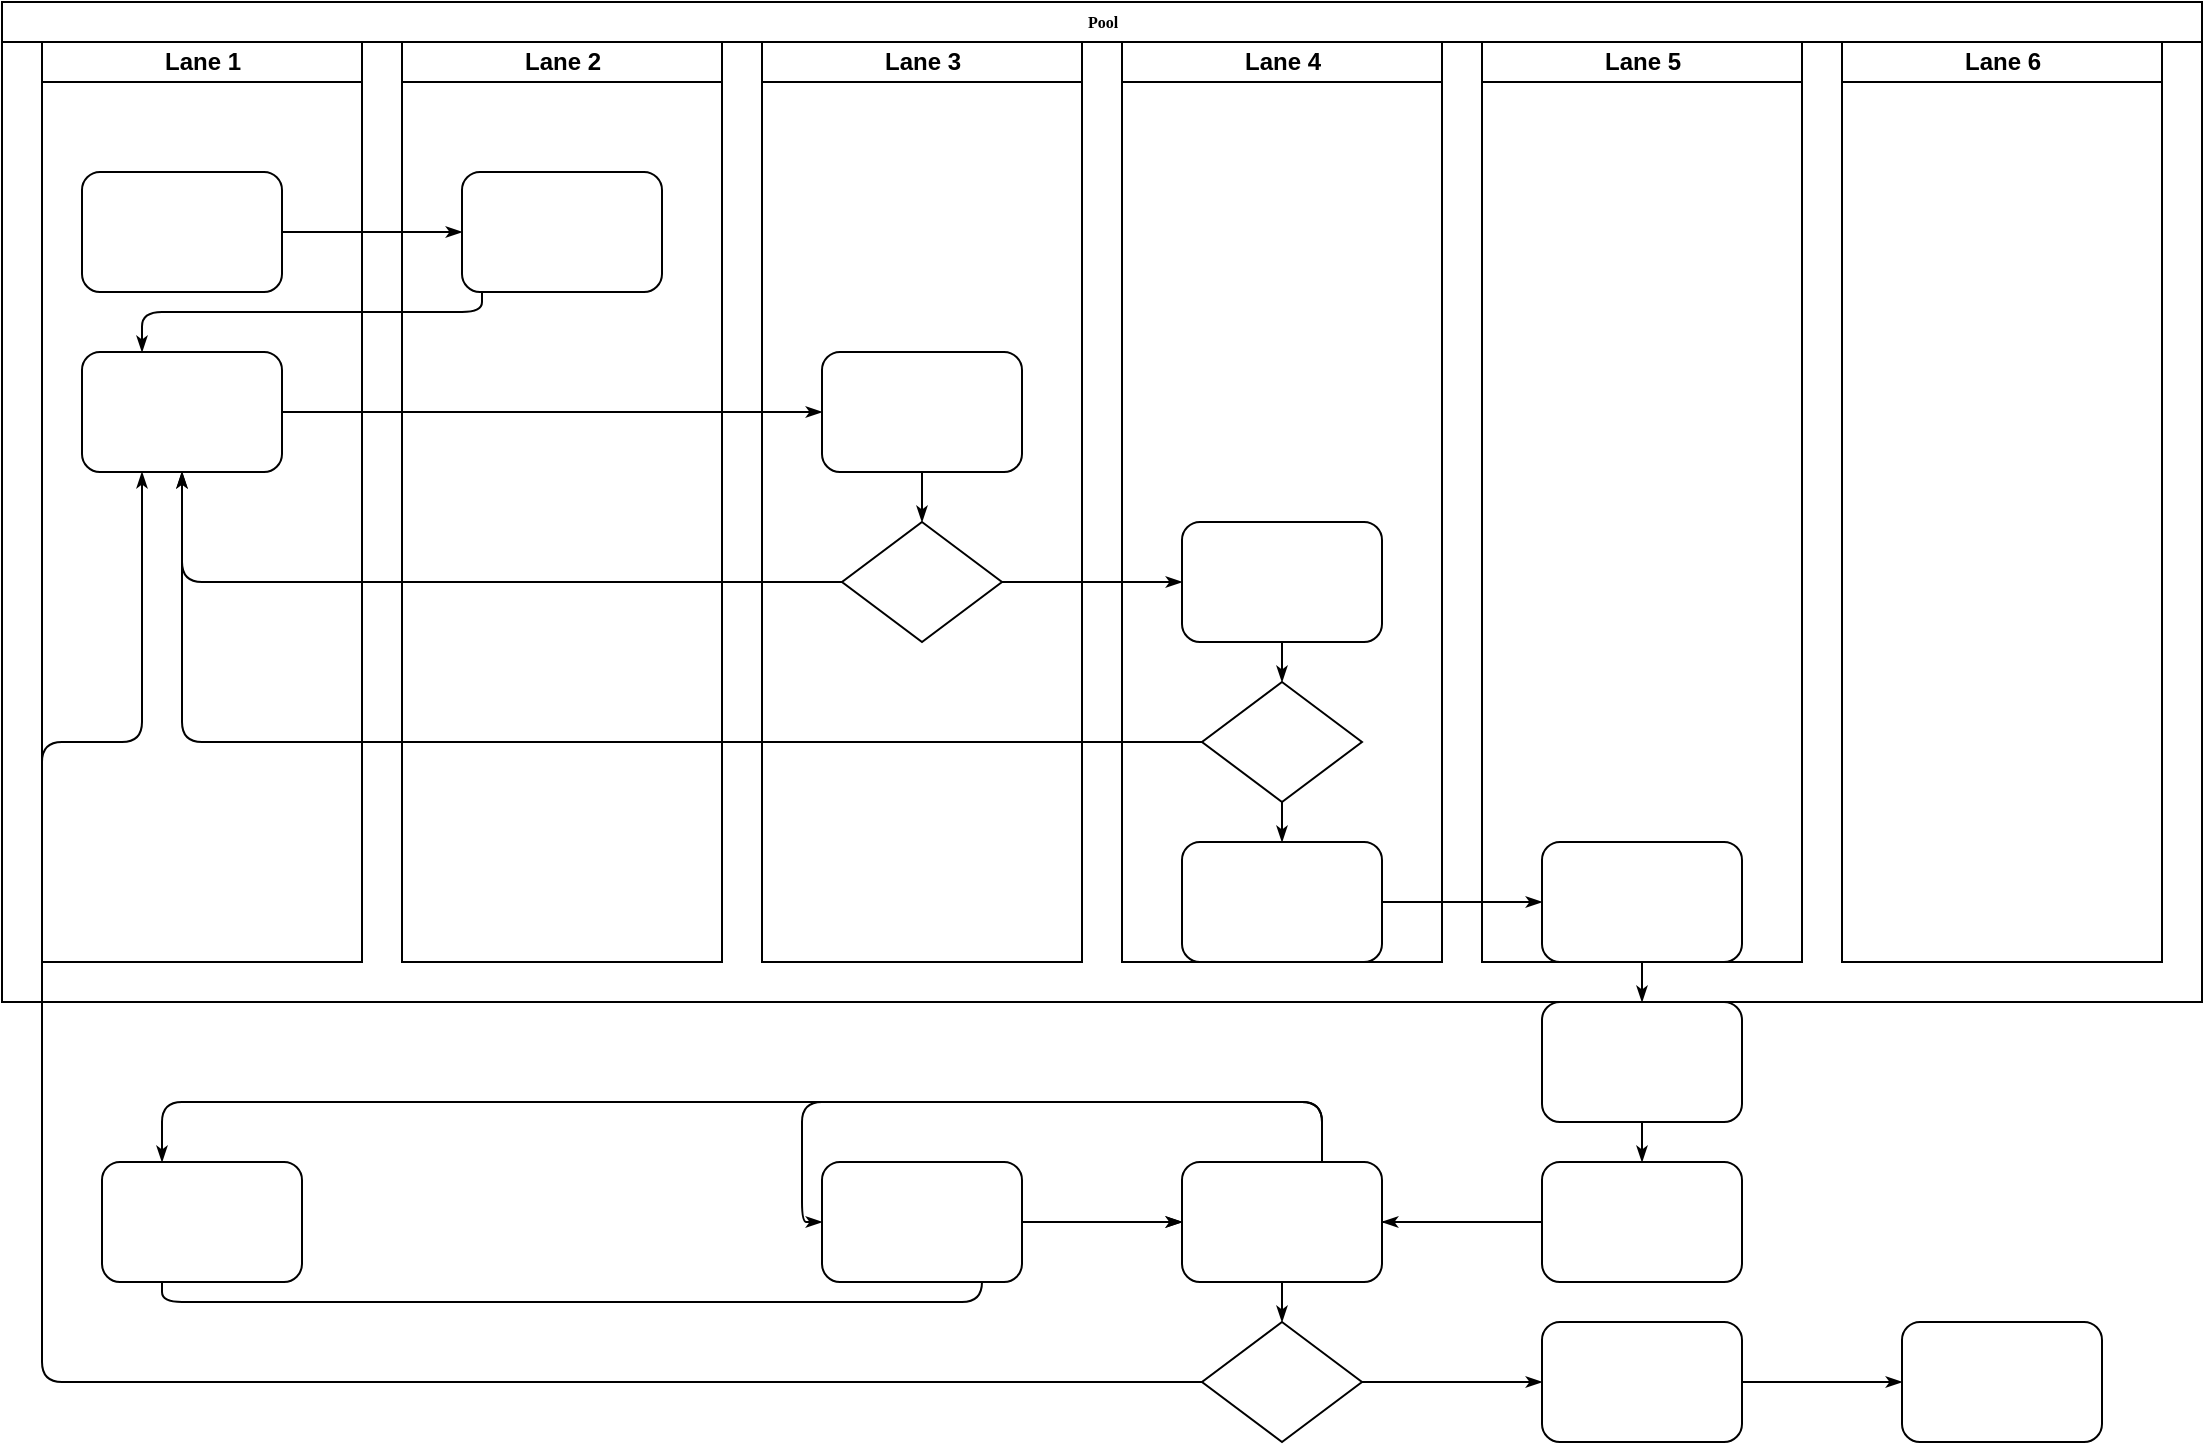
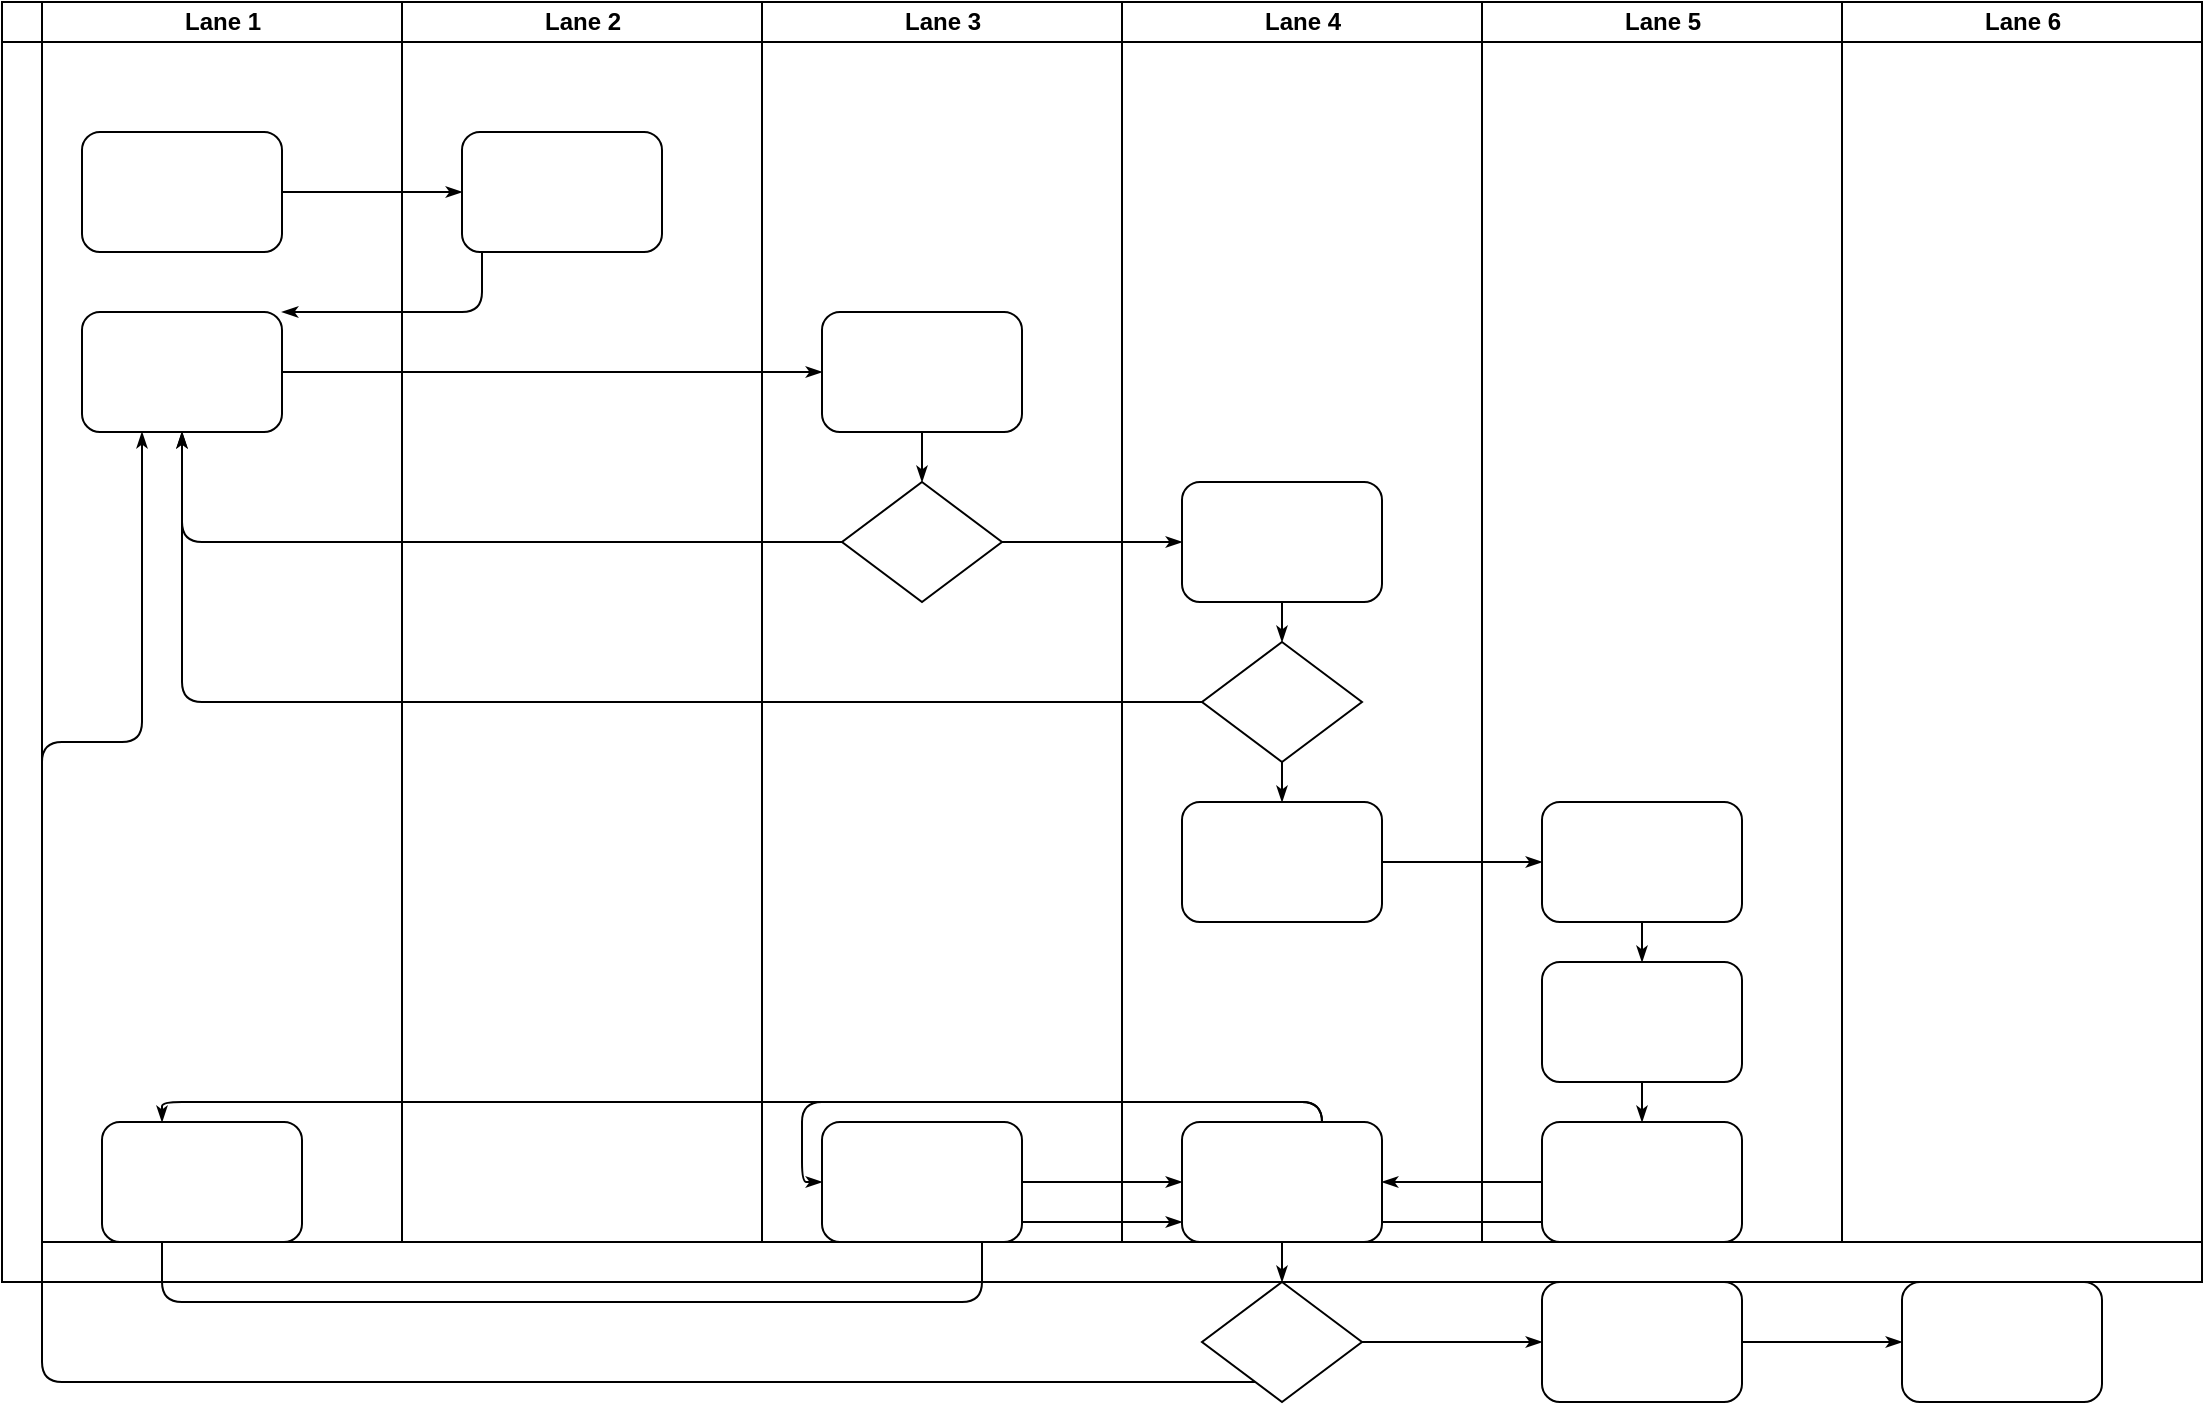
<mxfile host="localhost" modified="2021-05-13T06:26:17.307Z" agent="5.0 (Windows NT 10.0; Win64; x64) AppleWebKit/537.36 (KHTML, like Gecko) Chrome/90.0.4430.212 Safari/537.36" etag="BCXAXoKLO9oIDc7atNh_" version="@DRAWIO-VERSION@" type="device">
  <diagram name="Page-1" id="74e2e168-ea6b-b213-b513-2b3c1d86103e">
    <mxGraphModel dx="1408" dy="748" grid="1" gridSize="10" guides="1" tooltips="1" connect="1" arrows="1" fold="1" page="1" pageScale="1" pageWidth="1100" pageHeight="850" background="none" math="0" shadow="0">
      <root>
        <mxCell id="0" />
        <mxCell id="1" parent="0" />
        <mxCell id="77e6c97f196da883-1" value="Pool" style="swimlane;html=1;childLayout=stackLayout;horizontal=1;startSize=20;horizontalStack=1;rounded=0;shadow=0;labelBackgroundColor=none;strokeWidth=1;fontFamily=Verdana;fontSize=8;align=center;" parent="1" vertex="1">
-           <mxGeometry x="40" y="40" width="1100" height="500" as="geometry" />
+           <mxGeometry x="40" y="40" width="1100" height="640" as="geometry" />
        </mxCell>
        <mxCell id="77e6c97f196da883-2" value="Lane 1" style="swimlane;html=1;startSize=20;horizontal=1;" parent="77e6c97f196da883-1" vertex="1">
-           <mxGeometry x="20" y="20" width="160" height="460" as="geometry" />
+           <mxGeometry x="20" y="0" width="180" height="620" as="geometry" />
        </mxCell>
        <mxCell id="77e6c97f196da883-8" value="" style="rounded=1;whiteSpace=wrap;html=1;shadow=0;labelBackgroundColor=none;strokeWidth=1;fontFamily=Verdana;fontSize=8;align=center;" parent="77e6c97f196da883-2" vertex="1">
          <mxGeometry x="20" y="65" width="100" height="60" as="geometry" />
        </mxCell>
        <mxCell id="77e6c97f196da883-9" value="" style="rounded=1;whiteSpace=wrap;html=1;shadow=0;labelBackgroundColor=none;strokeWidth=1;fontFamily=Verdana;fontSize=8;align=center;" parent="77e6c97f196da883-2" vertex="1">
          <mxGeometry x="20" y="155" width="100" height="60" as="geometry" />
        </mxCell>
        <mxCell id="77e6c97f196da883-10" value="" style="rounded=1;whiteSpace=wrap;html=1;shadow=0;labelBackgroundColor=none;strokeWidth=1;fontFamily=Verdana;fontSize=8;align=center;" parent="77e6c97f196da883-2" vertex="1">
          <mxGeometry x="30" y="560" width="100" height="60" as="geometry" />
        </mxCell>
        <mxCell id="77e6c97f196da883-26" style="edgeStyle=orthogonalEdgeStyle;rounded=1;html=1;labelBackgroundColor=none;startArrow=none;startFill=0;startSize=5;endArrow=classicThin;endFill=1;endSize=5;jettySize=auto;orthogonalLoop=1;strokeWidth=1;fontFamily=Verdana;fontSize=8" parent="77e6c97f196da883-1" source="77e6c97f196da883-8" target="77e6c97f196da883-11" edge="1">
          <mxGeometry relative="1" as="geometry" />
        </mxCell>
        <mxCell id="77e6c97f196da883-27" style="edgeStyle=orthogonalEdgeStyle;rounded=1;html=1;labelBackgroundColor=none;startArrow=none;startFill=0;startSize=5;endArrow=classicThin;endFill=1;endSize=5;jettySize=auto;orthogonalLoop=1;strokeWidth=1;fontFamily=Verdana;fontSize=8" parent="77e6c97f196da883-1" source="77e6c97f196da883-11" target="77e6c97f196da883-9" edge="1">
          <mxGeometry relative="1" as="geometry">
            <Array as="points">
              <mxPoint x="240" y="155" />
              <mxPoint x="70" y="155" />
            </Array>
          </mxGeometry>
        </mxCell>
        <mxCell id="77e6c97f196da883-28" style="edgeStyle=orthogonalEdgeStyle;rounded=1;html=1;labelBackgroundColor=none;startArrow=none;startFill=0;startSize=5;endArrow=classicThin;endFill=1;endSize=5;jettySize=auto;orthogonalLoop=1;strokeWidth=1;fontFamily=Verdana;fontSize=8" parent="77e6c97f196da883-1" source="77e6c97f196da883-9" target="77e6c97f196da883-12" edge="1">
          <mxGeometry relative="1" as="geometry" />
        </mxCell>
        <mxCell id="77e6c97f196da883-30" style="edgeStyle=orthogonalEdgeStyle;rounded=1;html=1;labelBackgroundColor=none;startArrow=none;startFill=0;startSize=5;endArrow=classicThin;endFill=1;endSize=5;jettySize=auto;orthogonalLoop=1;strokeWidth=1;fontFamily=Verdana;fontSize=8" parent="77e6c97f196da883-1" source="77e6c97f196da883-13" target="77e6c97f196da883-9" edge="1">
          <mxGeometry relative="1" as="geometry" />
        </mxCell>
        <mxCell id="77e6c97f196da883-31" style="edgeStyle=orthogonalEdgeStyle;rounded=1;html=1;labelBackgroundColor=none;startArrow=none;startFill=0;startSize=5;endArrow=classicThin;endFill=1;endSize=5;jettySize=auto;orthogonalLoop=1;strokeWidth=1;fontFamily=Verdana;fontSize=8" parent="77e6c97f196da883-1" source="77e6c97f196da883-16" target="77e6c97f196da883-9" edge="1">
          <mxGeometry relative="1" as="geometry" />
        </mxCell>
        <mxCell id="77e6c97f196da883-32" style="edgeStyle=orthogonalEdgeStyle;rounded=1;html=1;labelBackgroundColor=none;startArrow=none;startFill=0;startSize=5;endArrow=classicThin;endFill=1;endSize=5;jettySize=auto;orthogonalLoop=1;strokeWidth=1;fontFamily=Verdana;fontSize=8" parent="77e6c97f196da883-1" source="77e6c97f196da883-20" target="77e6c97f196da883-9" edge="1">
          <mxGeometry relative="1" as="geometry">
            <Array as="points">
              <mxPoint x="20" y="690" />
              <mxPoint x="20" y="370" />
              <mxPoint x="70" y="370" />
            </Array>
          </mxGeometry>
        </mxCell>
        <mxCell id="77e6c97f196da883-33" style="edgeStyle=orthogonalEdgeStyle;rounded=1;html=1;labelBackgroundColor=none;startArrow=none;startFill=0;startSize=5;endArrow=classicThin;endFill=1;endSize=5;jettySize=auto;orthogonalLoop=1;strokeWidth=1;fontFamily=Verdana;fontSize=8" parent="77e6c97f196da883-1" source="77e6c97f196da883-13" target="77e6c97f196da883-15" edge="1">
          <mxGeometry relative="1" as="geometry" />
        </mxCell>
        <mxCell id="77e6c97f196da883-39" style="edgeStyle=orthogonalEdgeStyle;rounded=1;html=1;labelBackgroundColor=none;startArrow=none;startFill=0;startSize=5;endArrow=classicThin;endFill=1;endSize=5;jettySize=auto;orthogonalLoop=1;strokeWidth=1;fontFamily=Verdana;fontSize=8" parent="77e6c97f196da883-1" source="77e6c97f196da883-20" target="77e6c97f196da883-23" edge="1">
          <mxGeometry relative="1" as="geometry" />
        </mxCell>
        <mxCell id="77e6c97f196da883-40" style="edgeStyle=orthogonalEdgeStyle;rounded=1;html=1;labelBackgroundColor=none;startArrow=none;startFill=0;startSize=5;endArrow=classicThin;endFill=1;endSize=5;jettySize=auto;orthogonalLoop=1;strokeWidth=1;fontFamily=Verdana;fontSize=8" parent="77e6c97f196da883-1" source="77e6c97f196da883-23" target="77e6c97f196da883-24" edge="1">
          <mxGeometry relative="1" as="geometry" />
        </mxCell>
        <mxCell id="107ba76e4e335f99-1" style="edgeStyle=orthogonalEdgeStyle;rounded=1;html=1;labelBackgroundColor=none;startArrow=none;startFill=0;startSize=5;endArrow=classicThin;endFill=1;endSize=5;jettySize=auto;orthogonalLoop=1;strokeWidth=1;fontFamily=Verdana;fontSize=8" parent="77e6c97f196da883-1" source="77e6c97f196da883-17" target="77e6c97f196da883-18" edge="1">
          <mxGeometry relative="1" as="geometry" />
        </mxCell>
        <mxCell id="107ba76e4e335f99-2" style="edgeStyle=orthogonalEdgeStyle;rounded=1;html=1;labelBackgroundColor=none;startArrow=none;startFill=0;startSize=5;endArrow=classicThin;endFill=1;endSize=5;jettySize=auto;orthogonalLoop=1;strokeWidth=1;fontFamily=Verdana;fontSize=8" parent="77e6c97f196da883-1" source="77e6c97f196da883-22" target="77e6c97f196da883-14" edge="1">
          <mxGeometry relative="1" as="geometry">
            <Array as="points">
              <mxPoint x="660" y="610" />
              <mxPoint x="660" y="550" />
              <mxPoint x="400" y="550" />
            </Array>
          </mxGeometry>
        </mxCell>
        <mxCell id="107ba76e4e335f99-3" style="edgeStyle=orthogonalEdgeStyle;rounded=1;html=1;labelBackgroundColor=none;startArrow=none;startFill=0;startSize=5;endArrow=classicThin;endFill=1;endSize=5;jettySize=auto;orthogonalLoop=1;strokeColor=#000000;strokeWidth=1;fontFamily=Verdana;fontSize=8;fontColor=#000000;" parent="77e6c97f196da883-1" source="77e6c97f196da883-22" target="77e6c97f196da883-19" edge="1">
          <mxGeometry relative="1" as="geometry" />
        </mxCell>
        <mxCell id="107ba76e4e335f99-4" style="edgeStyle=orthogonalEdgeStyle;rounded=1;html=1;labelBackgroundColor=none;startArrow=none;startFill=0;startSize=5;endArrow=classicThin;endFill=1;endSize=5;jettySize=auto;orthogonalLoop=1;strokeWidth=1;fontFamily=Verdana;fontSize=8" parent="77e6c97f196da883-1" source="77e6c97f196da883-22" target="77e6c97f196da883-10" edge="1">
          <mxGeometry relative="1" as="geometry">
            <Array as="points">
              <mxPoint x="660" y="610" />
              <mxPoint x="660" y="550" />
              <mxPoint x="80" y="550" />
            </Array>
          </mxGeometry>
        </mxCell>
        <mxCell id="107ba76e4e335f99-5" style="edgeStyle=orthogonalEdgeStyle;rounded=1;html=1;labelBackgroundColor=none;startArrow=none;startFill=0;startSize=5;endArrow=classicThin;endFill=1;endSize=5;jettySize=auto;orthogonalLoop=1;strokeWidth=1;fontFamily=Verdana;fontSize=8" parent="77e6c97f196da883-1" source="77e6c97f196da883-10" target="77e6c97f196da883-19" edge="1">
          <mxGeometry relative="1" as="geometry">
            <Array as="points">
              <mxPoint x="80" y="650" />
              <mxPoint x="490" y="650" />
              <mxPoint x="490" y="610" />
            </Array>
          </mxGeometry>
        </mxCell>
        <mxCell id="107ba76e4e335f99-6" style="edgeStyle=orthogonalEdgeStyle;rounded=1;html=1;labelBackgroundColor=none;startArrow=none;startFill=0;startSize=5;endArrow=classicThin;endFill=1;endSize=5;jettySize=auto;orthogonalLoop=1;strokeWidth=1;fontFamily=Verdana;fontSize=8" parent="77e6c97f196da883-1" source="77e6c97f196da883-14" target="77e6c97f196da883-19" edge="1">
          <mxGeometry relative="1" as="geometry" />
        </mxCell>
        <mxCell id="77e6c97f196da883-3" value="Lane 2" style="swimlane;html=1;startSize=20;horizontal=1;" parent="77e6c97f196da883-1" vertex="1">
-           <mxGeometry x="200" y="20" width="160" height="460" as="geometry" />
+           <mxGeometry x="200" y="0" width="180" height="620" as="geometry" />
        </mxCell>
        <mxCell id="77e6c97f196da883-11" value="" style="rounded=1;whiteSpace=wrap;html=1;shadow=0;labelBackgroundColor=none;strokeWidth=1;fontFamily=Verdana;fontSize=8;align=center;" parent="77e6c97f196da883-3" vertex="1">
          <mxGeometry x="30" y="65" width="100" height="60" as="geometry" />
        </mxCell>
        <mxCell id="77e6c97f196da883-4" value="Lane 3" style="swimlane;html=1;startSize=20;horizontal=1;" parent="77e6c97f196da883-1" vertex="1">
-           <mxGeometry x="380" y="20" width="160" height="460" as="geometry" />
+           <mxGeometry x="380" y="0" width="180" height="620" as="geometry" />
        </mxCell>
        <mxCell id="77e6c97f196da883-12" value="" style="rounded=1;whiteSpace=wrap;html=1;shadow=0;labelBackgroundColor=none;strokeWidth=1;fontFamily=Verdana;fontSize=8;align=center;" parent="77e6c97f196da883-4" vertex="1">
          <mxGeometry x="30" y="155" width="100" height="60" as="geometry" />
        </mxCell>
        <mxCell id="77e6c97f196da883-13" value="" style="rhombus;whiteSpace=wrap;html=1;rounded=0;shadow=0;labelBackgroundColor=none;strokeWidth=1;fontFamily=Verdana;fontSize=8;align=center;" parent="77e6c97f196da883-4" vertex="1">
          <mxGeometry x="40" y="240" width="80" height="60" as="geometry" />
        </mxCell>
        <mxCell id="77e6c97f196da883-14" value="" style="rounded=1;whiteSpace=wrap;html=1;shadow=0;labelBackgroundColor=none;strokeWidth=1;fontFamily=Verdana;fontSize=8;align=center;" parent="77e6c97f196da883-4" vertex="1">
          <mxGeometry x="30" y="560" width="100" height="60" as="geometry" />
        </mxCell>
        <mxCell id="77e6c97f196da883-29" style="edgeStyle=orthogonalEdgeStyle;rounded=1;html=1;labelBackgroundColor=none;startArrow=none;startFill=0;startSize=5;endArrow=classicThin;endFill=1;endSize=5;jettySize=auto;orthogonalLoop=1;strokeWidth=1;fontFamily=Verdana;fontSize=8" parent="77e6c97f196da883-4" source="77e6c97f196da883-12" target="77e6c97f196da883-13" edge="1">
          <mxGeometry relative="1" as="geometry" />
        </mxCell>
        <mxCell id="77e6c97f196da883-5" value="Lane 4" style="swimlane;html=1;startSize=20;horizontal=1;" parent="77e6c97f196da883-1" vertex="1">
-           <mxGeometry x="560" y="20" width="160" height="460" as="geometry" />
+           <mxGeometry x="560" y="0" width="180" height="620" as="geometry" />
        </mxCell>
        <mxCell id="77e6c97f196da883-15" value="" style="rounded=1;whiteSpace=wrap;html=1;shadow=0;labelBackgroundColor=none;strokeWidth=1;fontFamily=Verdana;fontSize=8;align=center;" parent="77e6c97f196da883-5" vertex="1">
          <mxGeometry x="30" y="240" width="100" height="60" as="geometry" />
        </mxCell>
        <mxCell id="77e6c97f196da883-16" value="" style="rhombus;whiteSpace=wrap;html=1;rounded=0;shadow=0;labelBackgroundColor=none;strokeWidth=1;fontFamily=Verdana;fontSize=8;align=center;" parent="77e6c97f196da883-5" vertex="1">
          <mxGeometry x="40" y="320" width="80" height="60" as="geometry" />
        </mxCell>
        <mxCell id="77e6c97f196da883-17" value="" style="rounded=1;whiteSpace=wrap;html=1;shadow=0;labelBackgroundColor=none;strokeWidth=1;fontFamily=Verdana;fontSize=8;align=center;" parent="77e6c97f196da883-5" vertex="1">
          <mxGeometry x="30" y="400" width="100" height="60" as="geometry" />
        </mxCell>
        <mxCell id="77e6c97f196da883-19" value="" style="rounded=1;whiteSpace=wrap;html=1;shadow=0;labelBackgroundColor=none;strokeWidth=1;fontFamily=Verdana;fontSize=8;align=center;" parent="77e6c97f196da883-5" vertex="1">
          <mxGeometry x="30" y="560" width="100" height="60" as="geometry" />
        </mxCell>
        <mxCell id="77e6c97f196da883-20" value="" style="rhombus;whiteSpace=wrap;html=1;rounded=0;shadow=0;labelBackgroundColor=none;strokeWidth=1;fontFamily=Verdana;fontSize=8;align=center;" parent="77e6c97f196da883-5" vertex="1">
          <mxGeometry x="40" y="640" width="80" height="60" as="geometry" />
        </mxCell>
        <mxCell id="77e6c97f196da883-34" style="edgeStyle=orthogonalEdgeStyle;rounded=1;html=1;labelBackgroundColor=none;startArrow=none;startFill=0;startSize=5;endArrow=classicThin;endFill=1;endSize=5;jettySize=auto;orthogonalLoop=1;strokeColor=#000000;strokeWidth=1;fontFamily=Verdana;fontSize=8;fontColor=#000000;" parent="77e6c97f196da883-5" source="77e6c97f196da883-15" target="77e6c97f196da883-16" edge="1">
          <mxGeometry relative="1" as="geometry" />
        </mxCell>
        <mxCell id="77e6c97f196da883-35" style="edgeStyle=orthogonalEdgeStyle;rounded=1;html=1;labelBackgroundColor=none;startArrow=none;startFill=0;startSize=5;endArrow=classicThin;endFill=1;endSize=5;jettySize=auto;orthogonalLoop=1;strokeWidth=1;fontFamily=Verdana;fontSize=8" parent="77e6c97f196da883-5" source="77e6c97f196da883-16" target="77e6c97f196da883-17" edge="1">
          <mxGeometry relative="1" as="geometry" />
        </mxCell>
        <mxCell id="77e6c97f196da883-36" style="edgeStyle=orthogonalEdgeStyle;rounded=1;html=1;labelBackgroundColor=none;startArrow=none;startFill=0;startSize=5;endArrow=classicThin;endFill=1;endSize=5;jettySize=auto;orthogonalLoop=1;strokeWidth=1;fontFamily=Verdana;fontSize=8" parent="77e6c97f196da883-5" source="77e6c97f196da883-19" target="77e6c97f196da883-20" edge="1">
          <mxGeometry relative="1" as="geometry" />
        </mxCell>
        <mxCell id="77e6c97f196da883-6" value="Lane 5" style="swimlane;html=1;startSize=20;horizontal=1;" parent="77e6c97f196da883-1" vertex="1">
-           <mxGeometry x="740" y="20" width="160" height="460" as="geometry" />
+           <mxGeometry x="740" y="0" width="180" height="620" as="geometry" />
        </mxCell>
        <mxCell id="77e6c97f196da883-18" value="" style="rounded=1;whiteSpace=wrap;html=1;shadow=0;labelBackgroundColor=none;strokeWidth=1;fontFamily=Verdana;fontSize=8;align=center;" parent="77e6c97f196da883-6" vertex="1">
          <mxGeometry x="30" y="400" width="100" height="60" as="geometry" />
        </mxCell>
        <mxCell id="77e6c97f196da883-21" value="" style="rounded=1;whiteSpace=wrap;html=1;shadow=0;labelBackgroundColor=none;strokeWidth=1;fontFamily=Verdana;fontSize=8;align=center;" parent="77e6c97f196da883-6" vertex="1">
          <mxGeometry x="30" y="480" width="100" height="60" as="geometry" />
        </mxCell>
        <mxCell id="77e6c97f196da883-22" value="" style="rounded=1;whiteSpace=wrap;html=1;shadow=0;labelBackgroundColor=none;strokeWidth=1;fontFamily=Verdana;fontSize=8;align=center;" parent="77e6c97f196da883-6" vertex="1">
          <mxGeometry x="30" y="560" width="100" height="60" as="geometry" />
        </mxCell>
        <mxCell id="77e6c97f196da883-23" value="" style="rounded=1;whiteSpace=wrap;html=1;shadow=0;labelBackgroundColor=none;strokeWidth=1;fontFamily=Verdana;fontSize=8;align=center;" parent="77e6c97f196da883-6" vertex="1">
          <mxGeometry x="30" y="640" width="100" height="60" as="geometry" />
        </mxCell>
        <mxCell id="77e6c97f196da883-37" style="edgeStyle=orthogonalEdgeStyle;rounded=1;html=1;labelBackgroundColor=none;startArrow=none;startFill=0;startSize=5;endArrow=classicThin;endFill=1;endSize=5;jettySize=auto;orthogonalLoop=1;strokeWidth=1;fontFamily=Verdana;fontSize=8" parent="77e6c97f196da883-6" source="77e6c97f196da883-18" target="77e6c97f196da883-21" edge="1">
          <mxGeometry relative="1" as="geometry" />
        </mxCell>
        <mxCell id="77e6c97f196da883-38" style="edgeStyle=orthogonalEdgeStyle;rounded=1;html=1;labelBackgroundColor=none;startArrow=none;startFill=0;startSize=5;endArrow=classicThin;endFill=1;endSize=5;jettySize=auto;orthogonalLoop=1;strokeWidth=1;fontFamily=Verdana;fontSize=8" parent="77e6c97f196da883-6" source="77e6c97f196da883-21" target="77e6c97f196da883-22" edge="1">
          <mxGeometry relative="1" as="geometry" />
        </mxCell>
        <mxCell id="77e6c97f196da883-7" value="Lane 6" style="swimlane;html=1;startSize=20;horizontal=1;" parent="77e6c97f196da883-1" vertex="1">
-           <mxGeometry x="920" y="20" width="160" height="460" as="geometry" />
+           <mxGeometry x="920" y="0" width="180" height="620" as="geometry" />
        </mxCell>
        <mxCell id="77e6c97f196da883-24" value="" style="rounded=1;whiteSpace=wrap;html=1;shadow=0;labelBackgroundColor=none;strokeWidth=1;fontFamily=Verdana;fontSize=8;align=center;" parent="77e6c97f196da883-7" vertex="1">
          <mxGeometry x="30" y="640" width="100" height="60" as="geometry" />
        </mxCell>
      </root>
    </mxGraphModel>
  </diagram>
</mxfile>
